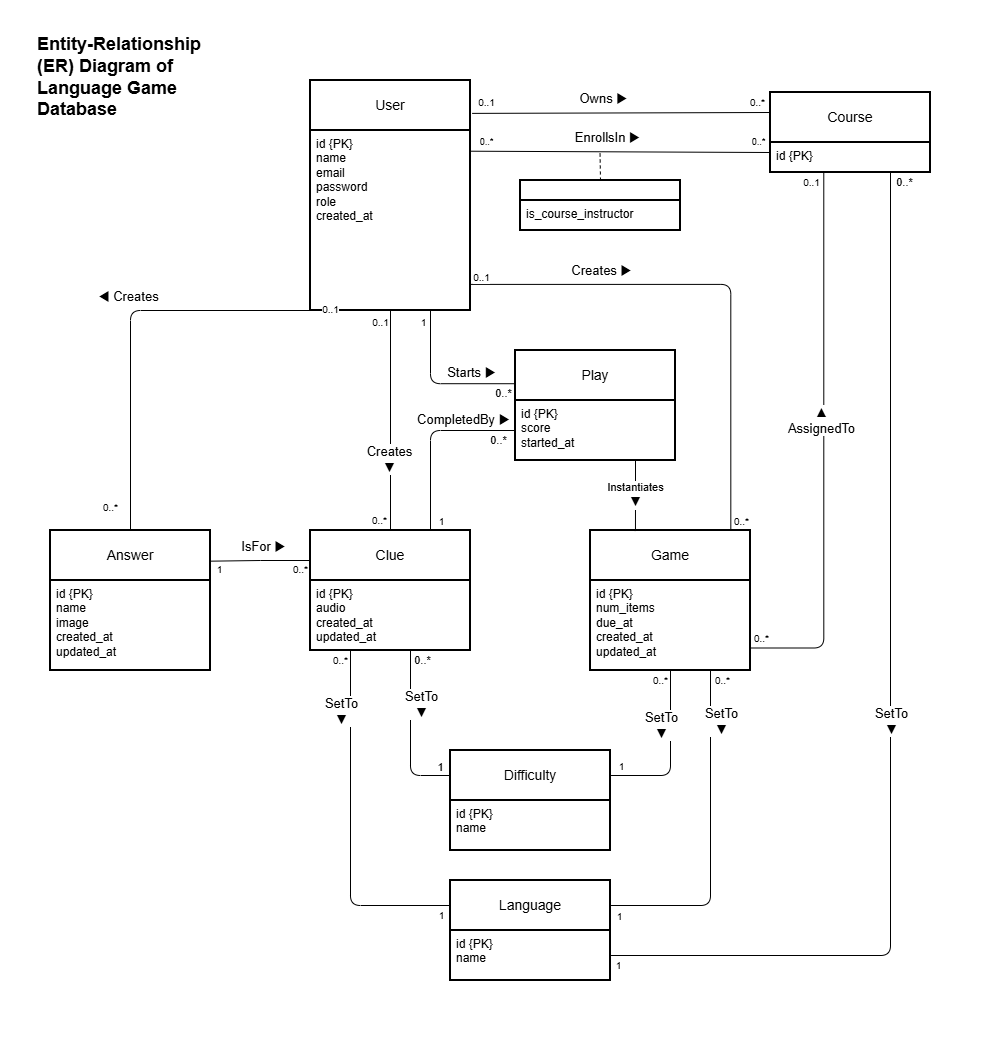
The draw.io diagram docs/system-design/db-design/ER-diagram.drawio.png in COSC-499-W2026/capstone-project-team-9, before a commit. Source tidied: cells renumbered, new cells last; positions are measured from the earlier drawing's top-left corner, leaving out a move shared by most shapes.
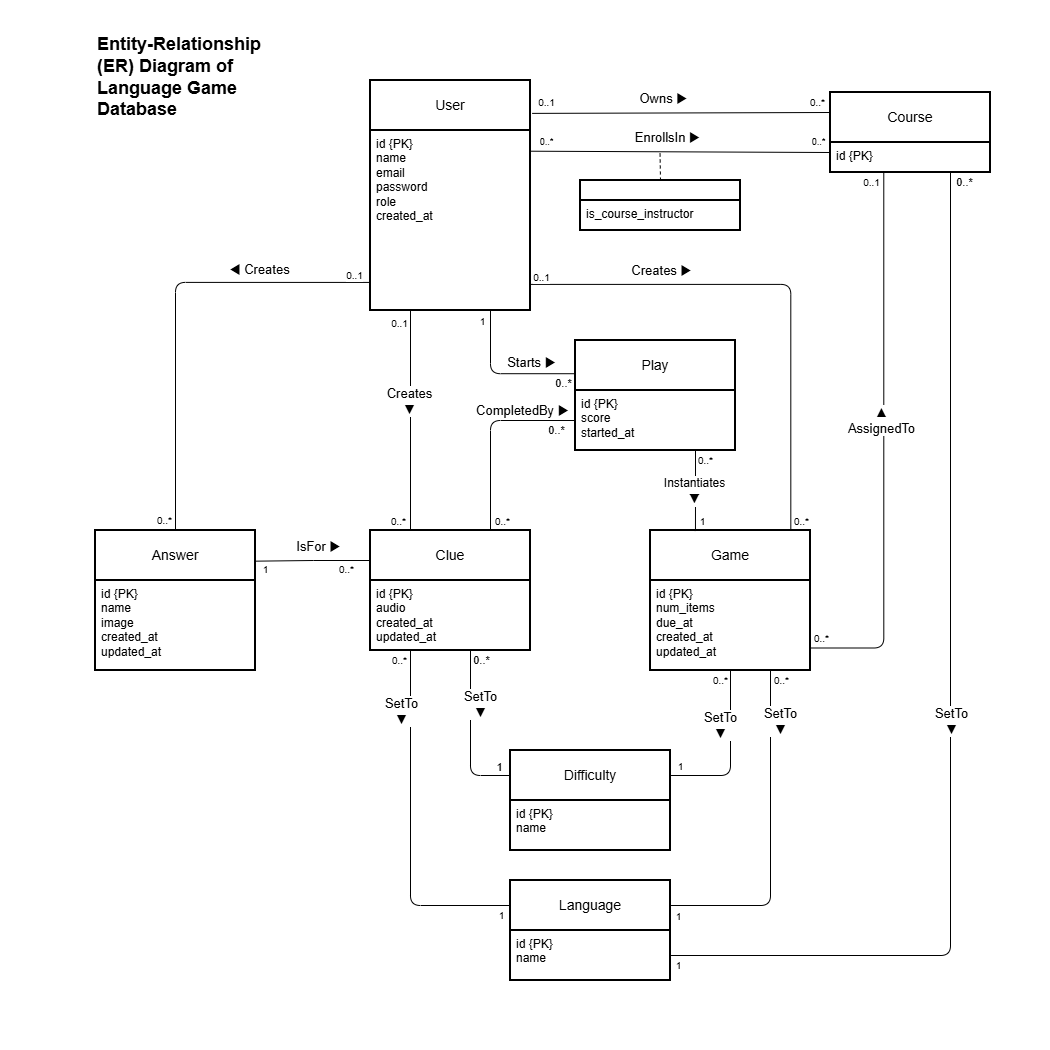
After the commit.

Commit message:
add cardinalities and rearrange diagram for new relationships/tables added in prev commit

Diff of the diagram source:
```diff
@@ -3,23 +3,23 @@
     <mxCell id="0" />
     <mxCell id="1" parent="0" />
     <mxCell id="2" style="rounded=0;whiteSpace=wrap;html=1;fillColor=light-dark(#FFFFFF,#1A1A1A);strokeColor=none;" parent="1" vertex="1">
-      <mxGeometry width="990" height="1050" as="geometry" />
+      <mxGeometry x="-60" width="1050" height="1050" as="geometry" />
     </mxCell>
-    <mxCell id="3" style="edgeStyle=orthogonalEdgeStyle;rounded=0;jettySize=auto;html=1;exitX=0.5;exitY=1;exitDx=0;exitDy=0;entryX=0.5;entryY=0;entryDx=0;entryDy=0;libavoidRouting=1;endArrow=none;endFill=0;" parent="1" edge="1" source="11" target="21">
-      <mxGeometry relative="1" as="geometry" />
+    <mxCell id="3" style="edgeStyle=orthogonalEdgeStyle;rounded=0;jettySize=auto;html=1;exitX=0.25;exitY=1;exitDx=0;exitDy=0;entryX=0.25;entryY=0;entryDx=0;entryDy=0;libavoidRouting=1;endArrow=none;endFill=0;" parent="1" edge="1" source="11" target="21">
+      <mxGeometry x="-0.01" relative="1" as="geometry" />
     </mxCell>
     <mxCell id="4" value="Creates&lt;div&gt;&lt;div&gt;▼&lt;/div&gt;&lt;/div&gt;" style="edgeLabel;html=1;align=center;verticalAlign=middle;fontSize=13;rounded=0;" parent="3" vertex="1">
-      <mxGeometry x="-0.2" y="-1" relative="1" as="geometry">
-        <mxPoint x="-1" y="60" as="offset" />
+      <mxGeometry x="-0.05" y="-1" relative="1" as="geometry">
+        <mxPoint x="-1" y="-14" as="offset" />
       </mxGeometry>
     </mxCell>
     <mxCell id="5" value="0..1" style="edgeLabel;html=1;align=center;verticalAlign=middle;fontSize=10;" parent="3" vertex="1">
-      <mxGeometry x="-0.93" y="-1" relative="1" as="geometry">
+      <mxGeometry x="-0.92" y="-1" relative="1" as="geometry">
         <mxPoint x="-10" y="3" as="offset" />
       </mxGeometry>
     </mxCell>
     <mxCell id="6" value="0..*" style="edgeLabel;html=1;align=center;verticalAlign=middle;fontSize=10;" parent="3" vertex="1">
-      <mxGeometry x="-0.93" y="-1" relative="1" as="geometry">
+      <mxGeometry x="-0.92" y="-1" relative="1" as="geometry">
         <mxPoint x="-11" y="201" as="offset" />
       </mxGeometry>
     </mxCell>
@@ -70,7 +70,7 @@
       <mxGeometry y="50" width="160" height="50" as="geometry" />
     </mxCell>
     <mxCell id="19" value="Answer" style="swimlane;horizontal=1;startSize=50;rounded=0;fontSize=14;fontStyle=0;strokeWidth=2;shadow=0;dashed=0;align=center;arcSize=4;whiteSpace=wrap;html=1;" parent="1" vertex="1">
-      <mxGeometry x="50" y="530" width="160" height="140" as="geometry" />
+      <mxGeometry x="35" y="530" width="160" height="140" as="geometry" />
     </mxCell>
     <mxCell id="20" value="id {PK}&lt;br&gt;name&lt;div&gt;image&lt;/div&gt;&lt;div&gt;created_at&lt;/div&gt;&lt;div&gt;updated_at&lt;br&gt;&lt;div&gt;&lt;br&gt;&lt;/div&gt;&lt;/div&gt;" style="align=left;strokeColor=none;fillColor=none;spacingLeft=4;spacingRight=4;fontSize=12;verticalAlign=top;html=1;whiteSpace=wrap;rounded=0;" parent="19" vertex="1">
       <mxGeometry y="50" width="160" height="90" as="geometry" />
@@ -160,8 +160,8 @@
     <mxCell id="40" style="endArrow=none;html=1;rounded=0;exitX=0;exitY=0.25;exitDx=0;exitDy=0;entryX=1.002;entryY=0.219;entryDx=0;entryDy=0;edgeStyle=orthogonalEdgeStyle;entryPerimeter=0;libavoidRouting=1;" parent="1" edge="1" source="21" target="19">
       <mxGeometry relative="1" as="geometry">
         <Array as="points">
-          <mxPoint x="260" y="560" />
-          <mxPoint x="260" y="561" />
+          <mxPoint x="253" y="560" />
+          <mxPoint x="253" y="561" />
         </Array>
       </mxGeometry>
     </mxCell>
@@ -224,38 +224,38 @@
         <mxPoint x="-51" y="89" as="offset" />
       </mxGeometry>
     </mxCell>
-    <mxCell id="52" style="edgeStyle=orthogonalEdgeStyle;rounded=1;jettySize=auto;html=1;exitX=0.25;exitY=1;exitDx=0;exitDy=0;entryX=0.5;entryY=0;entryDx=0;entryDy=0;endArrow=none;endFill=0;curved=0;" parent="1" edge="1" source="11" target="19">
-      <mxGeometry relative="1" as="geometry">
+    <mxCell id="52" style="edgeStyle=orthogonalEdgeStyle;rounded=1;jettySize=auto;html=1;exitX=0;exitY=0.844;exitDx=0;exitDy=0;entryX=0.5;entryY=0;entryDx=0;entryDy=0;endArrow=none;endFill=0;exitPerimeter=0;libavoidRouting=1;" parent="1" edge="1" source="12" target="19">
+      <mxGeometry x="0.13" relative="1" as="geometry">
         <Array as="points">
-          <mxPoint x="130" y="310" />
+          <mxPoint x="115" y="282" />
         </Array>
       </mxGeometry>
     </mxCell>
     <mxCell id="53" value="◀ Creates" style="edgeLabel;html=1;align=center;verticalAlign=middle;fontSize=13;rounded=0;" parent="52" vertex="1">
-      <mxGeometry x="-0.2" y="-1" relative="1" as="geometry">
-        <mxPoint x="-47" y="-14" as="offset" />
+      <mxGeometry x="-0.04" y="-1" relative="1" as="geometry">
+        <mxPoint x="84" y="-31" as="offset" />
       </mxGeometry>
     </mxCell>
     <mxCell id="54" value="0..1" style="edgeLabel;html=1;align=center;verticalAlign=middle;fontSize=10;" parent="52" vertex="1">
-      <mxGeometry x="-0.95" y="-1" relative="1" as="geometry">
-        <mxPoint x="-10" y="-1" as="offset" />
+      <mxGeometry x="-0.69" y="-1" relative="1" as="geometry">
+        <mxPoint x="52" y="-6" as="offset" />
       </mxGeometry>
     </mxCell>
     <mxCell id="55" value="0..*" style="edgeLabel;html=1;align=center;verticalAlign=middle;fontSize=10;" parent="52" vertex="1">
-      <mxGeometry x="-0.95" y="-1" relative="1" as="geometry">
-        <mxPoint x="-230" y="197" as="offset" />
+      <mxGeometry x="-0.69" y="-1" relative="1" as="geometry">
+        <mxPoint x="-138" y="239" as="offset" />
       </mxGeometry>
     </mxCell>
     <mxCell id="56" style="edgeStyle=orthogonalEdgeStyle;rounded=1;jettySize=auto;html=1;endArrow=none;endFill=0;entryX=0.01;entryY=0.302;entryDx=0;entryDy=0;exitX=0.75;exitY=1;exitDx=0;exitDy=0;libavoidRouting=1;entryPerimeter=0;" parent="1" edge="1" source="11" target="73">
       <mxGeometry x="-0.21" relative="1" as="geometry">
         <Array as="points">
-          <mxPoint x="430" y="383.2" />
+          <mxPoint x="430" y="373" />
         </Array>
       </mxGeometry>
     </mxCell>
     <mxCell id="57" value="Starts ▶" style="edgeLabel;html=1;align=center;verticalAlign=middle;fontSize=13;rounded=0;" parent="56" vertex="1">
       <mxGeometry x="-0.37" y="-1" relative="1" as="geometry">
-        <mxPoint x="41" y="11" as="offset" />
+        <mxPoint x="42" y="4" as="offset" />
       </mxGeometry>
     </mxCell>
     <mxCell id="58" value="1" style="edgeLabel;html=1;align=center;verticalAlign=middle;fontSize=10;" parent="56" vertex="1">
@@ -340,7 +340,7 @@
       <mxGeometry x="35" y="62" width="190" height="30" as="geometry" />
     </mxCell>
     <mxCell id="73" value="Play" style="swimlane;horizontal=1;startSize=50;rounded=0;fontSize=14;fontStyle=0;strokeWidth=2;shadow=0;dashed=0;align=center;arcSize=4;whiteSpace=wrap;html=1;" parent="1" vertex="1">
-      <mxGeometry x="515" y="350" width="160" height="110" as="geometry" />
+      <mxGeometry x="515" y="340" width="160" height="110" as="geometry" />
     </mxCell>
     <mxCell id="74" value="id {PK}&lt;div&gt;score&lt;/div&gt;&lt;div&gt;started_at&lt;br&gt;&lt;div&gt;&lt;br&gt;&lt;/div&gt;&lt;/div&gt;" style="align=left;strokeColor=none;fillColor=none;spacingLeft=4;spacingRight=4;fontSize=12;verticalAlign=top;html=1;whiteSpace=wrap;rounded=0;" parent="73" vertex="1">
       <mxGeometry y="50" width="160" height="60" as="geometry" />
@@ -348,31 +348,41 @@
     <mxCell id="75" style="edgeStyle=orthogonalEdgeStyle;rounded=1;jettySize=auto;html=1;exitX=0.75;exitY=1;exitDx=0;exitDy=0;entryX=0.281;entryY=0.004;entryDx=0;entryDy=0;entryPerimeter=0;endArrow=none;endFill=0;libavoidRouting=1;curved=0;" parent="1" edge="1" source="73" target="23">
       <mxGeometry relative="1" as="geometry">
         <Array as="points">
-          <mxPoint x="635" y="495" />
-          <mxPoint x="635" y="495" />
+          <mxPoint x="635" y="490" />
+          <mxPoint x="635" y="490" />
         </Array>
       </mxGeometry>
     </mxCell>
-    <mxCell id="76" value="Instantiates&lt;br&gt;&lt;span style=&quot;font-size: 13px;&quot;&gt;▼&lt;/span&gt;" style="edgeLabel;html=1;align=center;verticalAlign=middle;" parent="75" vertex="1">
+    <mxCell id="76" value="Instantiates&lt;br&gt;&lt;span style=&quot;font-size: 14px;&quot;&gt;▼&lt;/span&gt;" style="edgeLabel;html=1;align=center;verticalAlign=middle;fontSize=12;" parent="75" vertex="1">
       <mxGeometry x="0.03" relative="1" as="geometry">
-        <mxPoint y="-1" as="offset" />
+        <mxPoint x="-1" y="-1" as="offset" />
       </mxGeometry>
     </mxCell>
+    <mxCell id="81" value="0..*" style="edgeLabel;html=1;align=center;verticalAlign=middle;fontSize=10;" parent="75" vertex="1">
+      <mxGeometry x="-0.78" y="-1" relative="1" as="geometry">
+        <mxPoint x="11" as="offset" />
+      </mxGeometry>
+    </mxCell>
+    <mxCell id="82" value="1" style="edgeLabel;html=1;align=center;verticalAlign=middle;fontSize=10;" parent="75" vertex="1">
+      <mxGeometry x="0.74" y="-1" relative="1" as="geometry">
+        <mxPoint x="8" y="1" as="offset" />
+      </mxGeometry>
+    </mxCell>
     <mxCell id="77" style="edgeStyle=orthogonalEdgeStyle;rounded=1;jettySize=auto;html=1;endArrow=none;endFill=0;entryX=0;entryY=0.5;entryDx=0;entryDy=0;exitX=0.75;exitY=0;exitDx=0;exitDy=0;libavoidRouting=1;" parent="1" edge="1" source="21" target="74">
       <mxGeometry x="-0.21" relative="1" as="geometry">
         <Array as="points">
-          <mxPoint x="430" y="430" />
+          <mxPoint x="430" y="420" />
         </Array>
       </mxGeometry>
     </mxCell>
     <mxCell id="78" value="CompletedBy ▶" style="edgeLabel;html=1;align=center;verticalAlign=middle;fontSize=13;rounded=0;" parent="77" vertex="1">
       <mxGeometry x="-0.51" y="-1" relative="1" as="geometry">
-        <mxPoint x="31" y="-67" as="offset" />
+        <mxPoint x="31" y="-74" as="offset" />
       </mxGeometry>
     </mxCell>
-    <mxCell id="79" value="1" style="edgeLabel;html=1;align=center;verticalAlign=middle;fontSize=10;" parent="77" vertex="1">
+    <mxCell id="79" value="0..*" style="edgeLabel;html=1;align=center;verticalAlign=middle;fontSize=10;" parent="77" vertex="1">
       <mxGeometry x="-0.9" relative="1" as="geometry">
-        <mxPoint x="10" y="-1" as="offset" />
+        <mxPoint x="11" y="-1" as="offset" />
       </mxGeometry>
     </mxCell>
     <mxCell id="80" value="0..*" style="edgeLabel;html=1;align=center;verticalAlign=middle;" parent="77" vertex="1">
```
